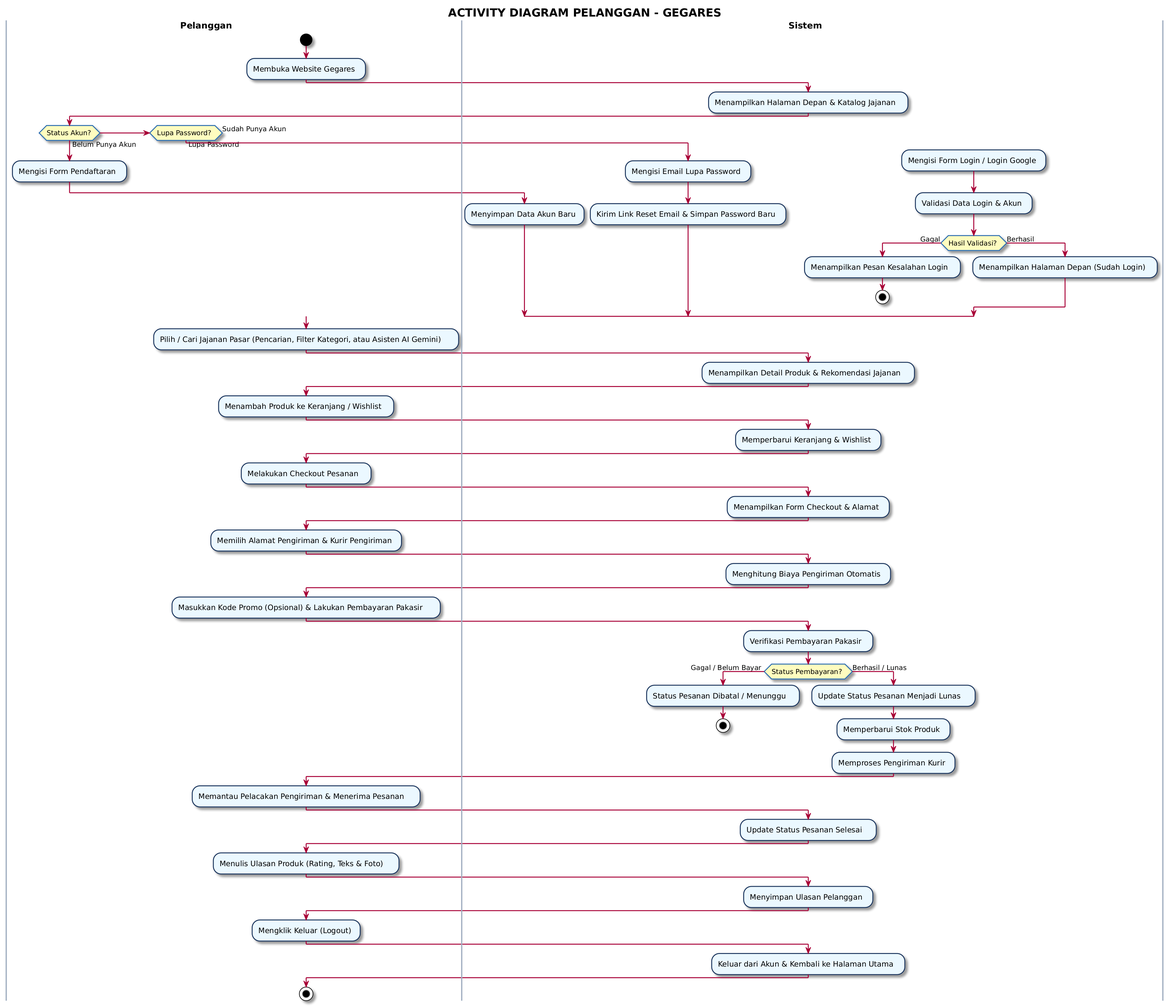
Earlier version of the PlantUML export activity_diagram_pelanggan.png (greedykid/gegares_toko). Its source is kept beside it as activity_diagram_pelanggan.puml.
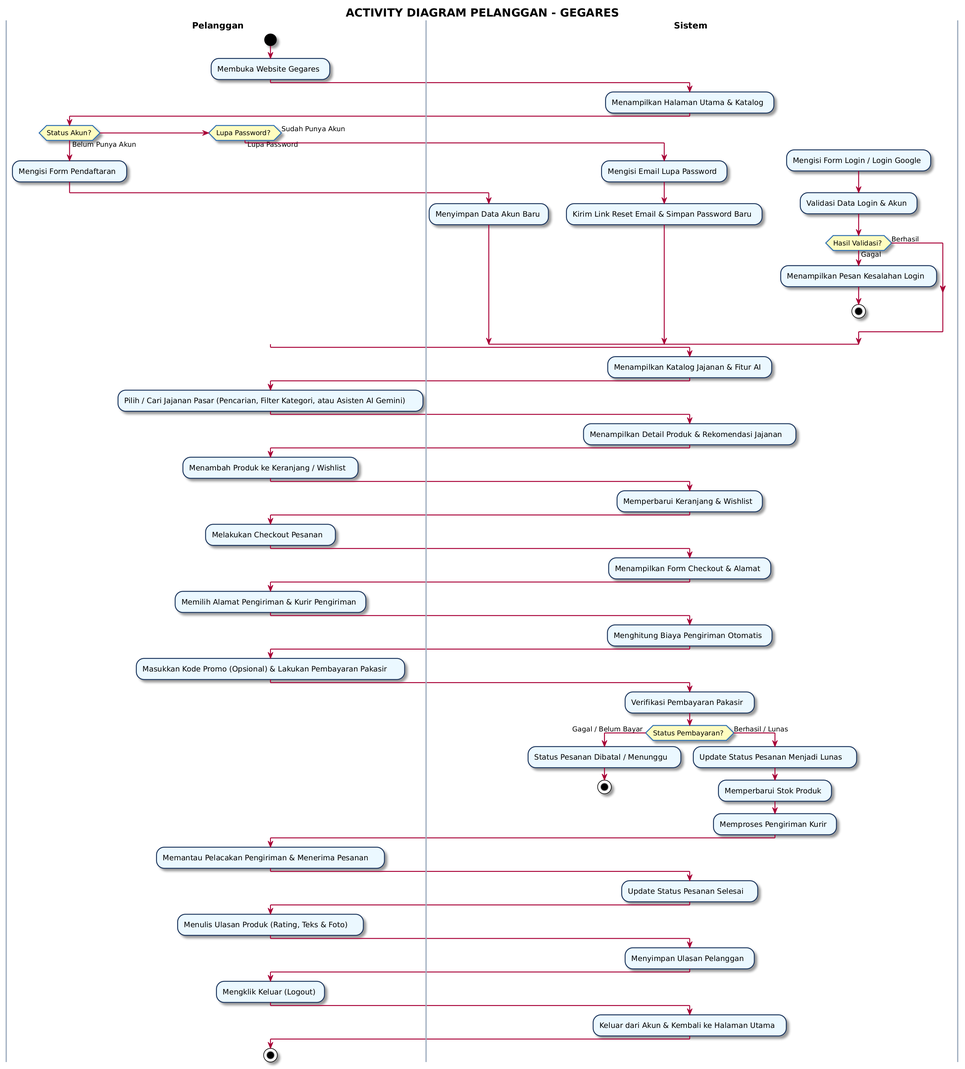
Later version of the same file.

Commit message:
fix(diagram): add explicit incoming arrow to product search activity from catalog display

Diff of the diagram source:
```diff
@@ -18,7 +18,7 @@
 :Membuka Website Gegares;
 
 |Sistem|
-:Menampilkan Halaman Depan & Katalog Jajanan;
+:Menampilkan Halaman Utama & Katalog;
 
 |Pelanggan|
 if (Status Akun?) then (Belum Punya Akun)
@@ -37,9 +37,11 @@
     :Menampilkan Pesan Kesalahan Login;
     stop
   else (Berhasil)
-    :Menampilkan Halaman Depan (Sudah Login);
   endif
 endif
+
+|Sistem|
+:Menampilkan Katalog Jajanan & Fitur AI;
 
 |Pelanggan|
 :Pilih / Cari Jajanan Pasar (Pencarian, Filter Kategori, atau Asisten AI Gemini);
```
